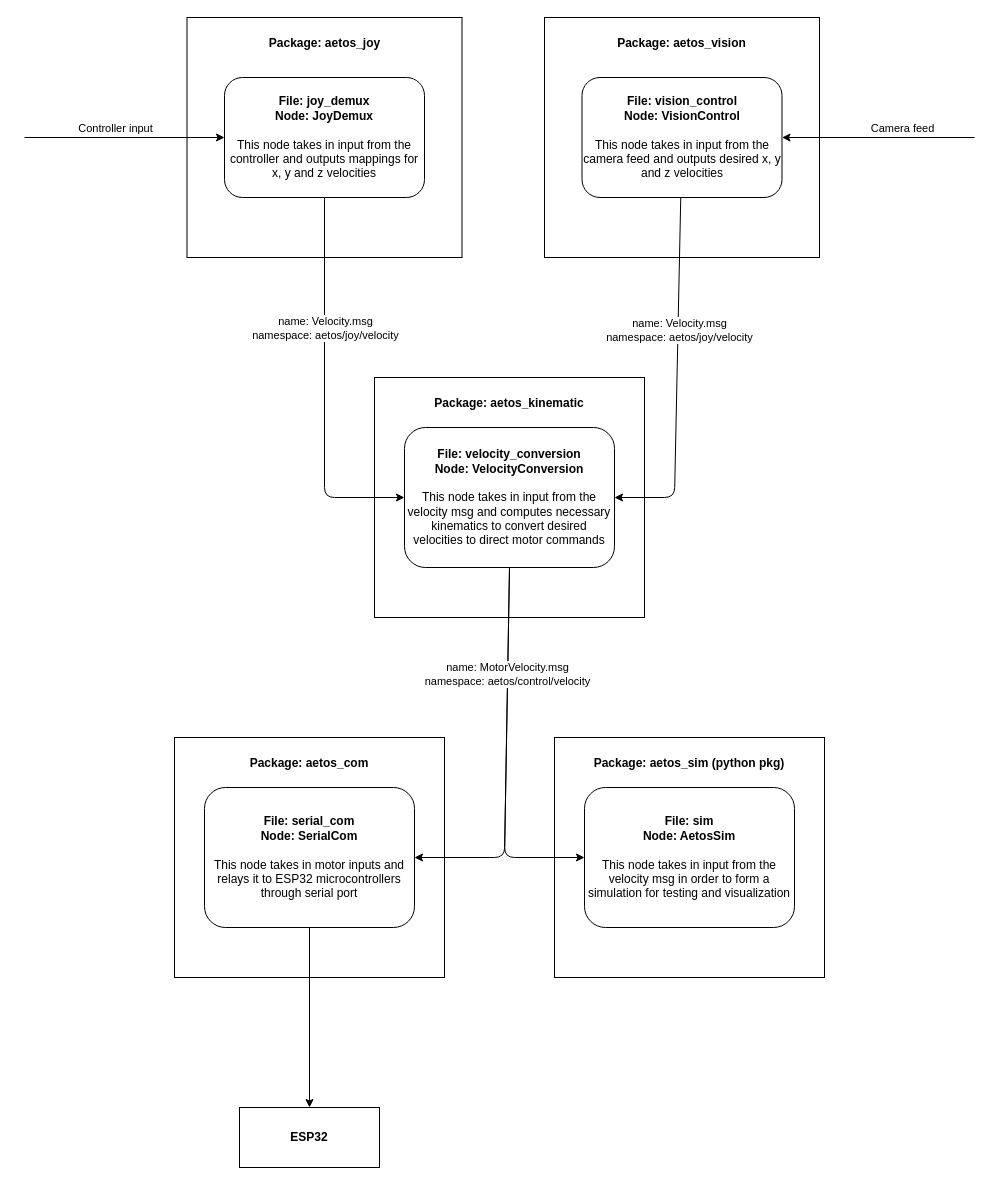
Projet-S4-MDM/Aetos keeps this draw.io diagram as ros2_ws/src/architecture.drawio. Above is the earlier version. Source tidied: cells renumbered, new cells numbered last; positions are measured from the earlier drawing's top-left corner, leaving out a move shared by most shapes. Both pictures are drawn from the tidied source at 100%, with x=0, y=0 at pixel (24, 17).
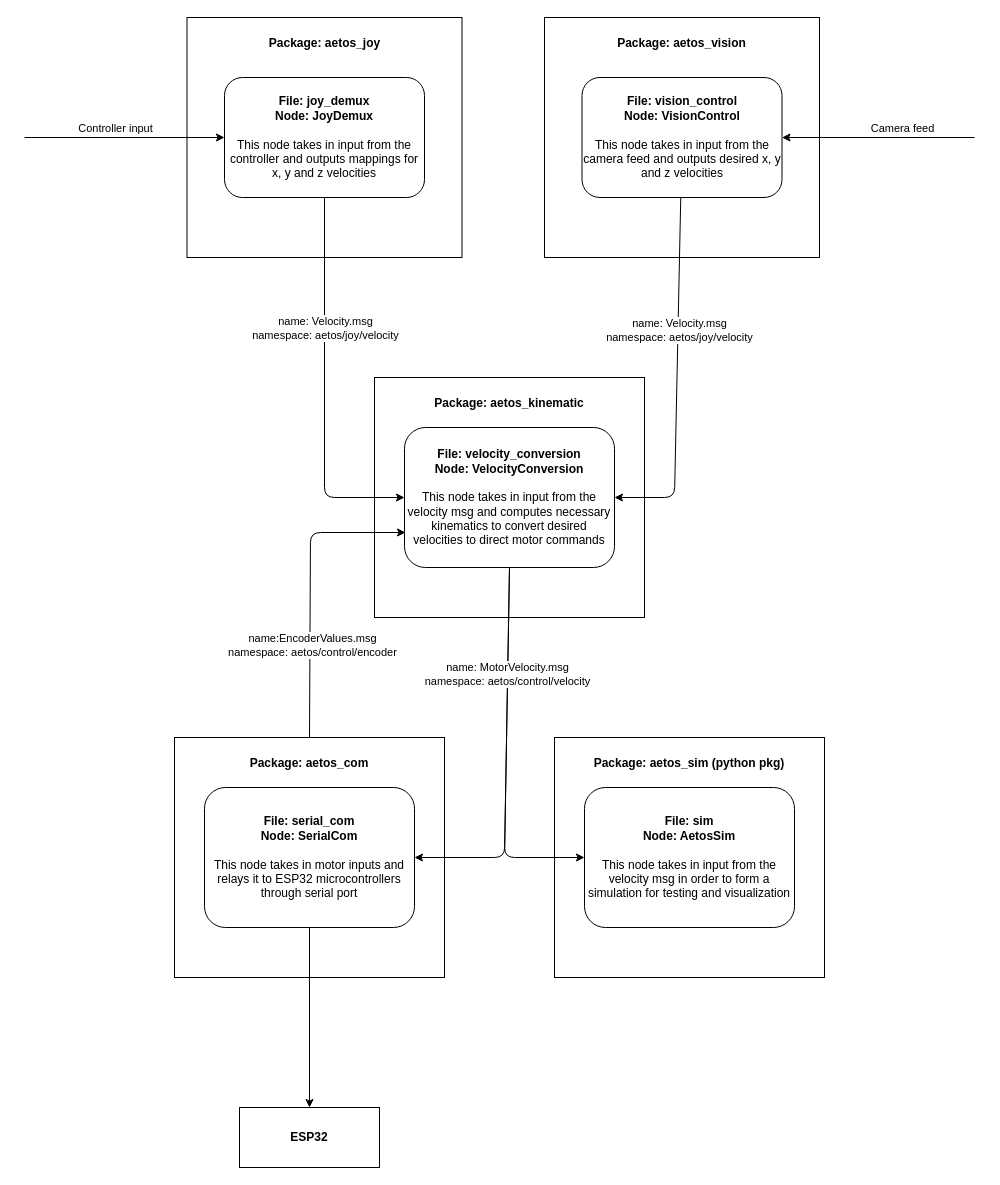
After the change.

The change refers to these unchanged cells:
```xml
<mxCell id="3" value="&lt;p style=&quot;&quot;&gt;&lt;b&gt;Package: aetos_com&lt;/b&gt;&lt;/p&gt;" style="whiteSpace=wrap;html=1;align=center;horizontal=1;verticalAlign=top;" parent="1" vertex="1">
  <mxGeometry x="150" y="720" width="270" height="240" as="geometry" />
</mxCell>
```

Diff of the diagram source:
```diff
@@
+    <mxCell id="25" style="endArrow=classic;html=1;exitX=0.5;exitY=0;exitDx=0;exitDy=0;entryX=0;entryY=0.75;entryDx=0;entryDy=0;" parent="1" edge="1" source="3">
+      <mxGeometry relative="1" as="geometry">
+        <mxPoint x="381" y="515" as="targetPoint" />
+        <Array as="points">
+          <mxPoint x="286" y="515" />
+        </Array>
+      </mxGeometry>
+    </mxCell>
+    <mxCell id="26" value="name:EncoderValues.msg&lt;br&gt;namespace: aetos/control/encoder" style="edgeLabel;html=1;align=center;verticalAlign=middle;" parent="25" vertex="1">
+      <mxGeometry x="-0.38" y="-2" relative="1" as="geometry" />
+    </mxCell>
```
